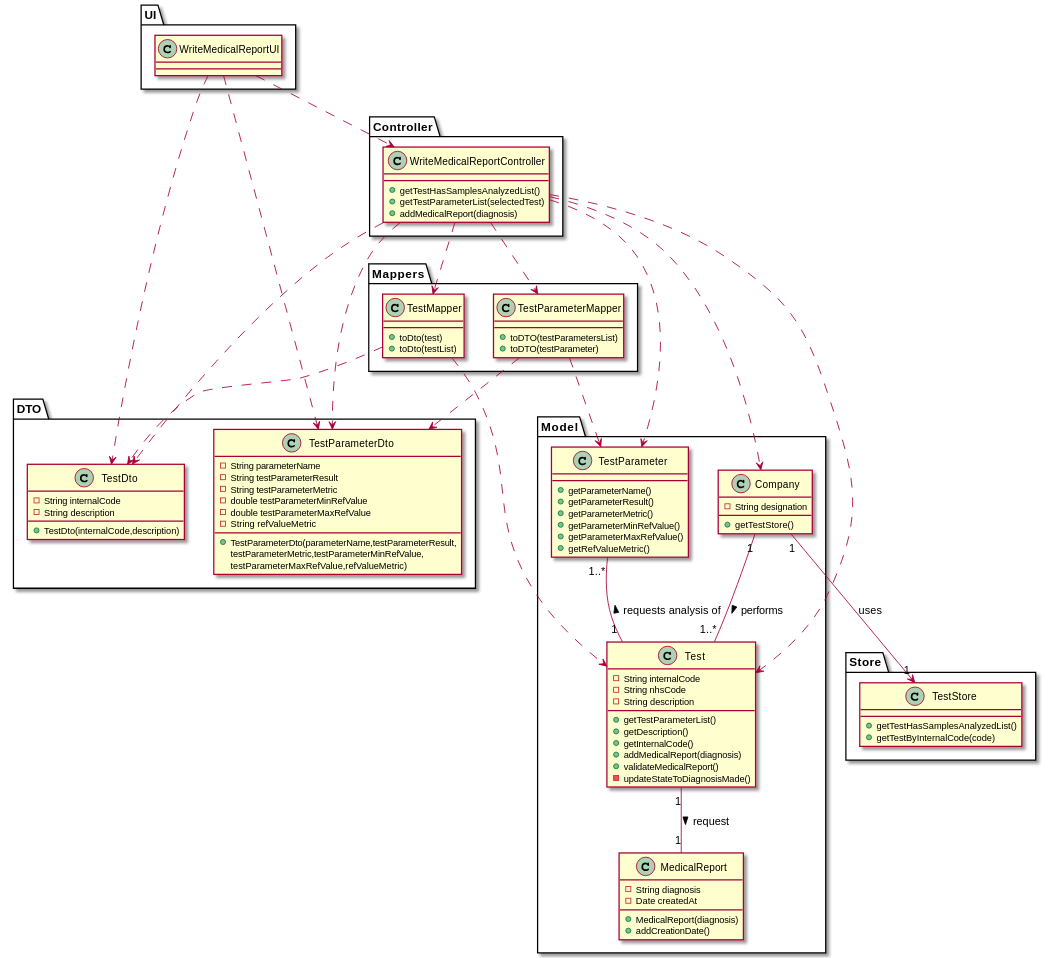
The PlantUML diagram docs/SprintC/US14/US14_CD.svg in manu-07-ela/LAPR2_ISEP, before a commit.
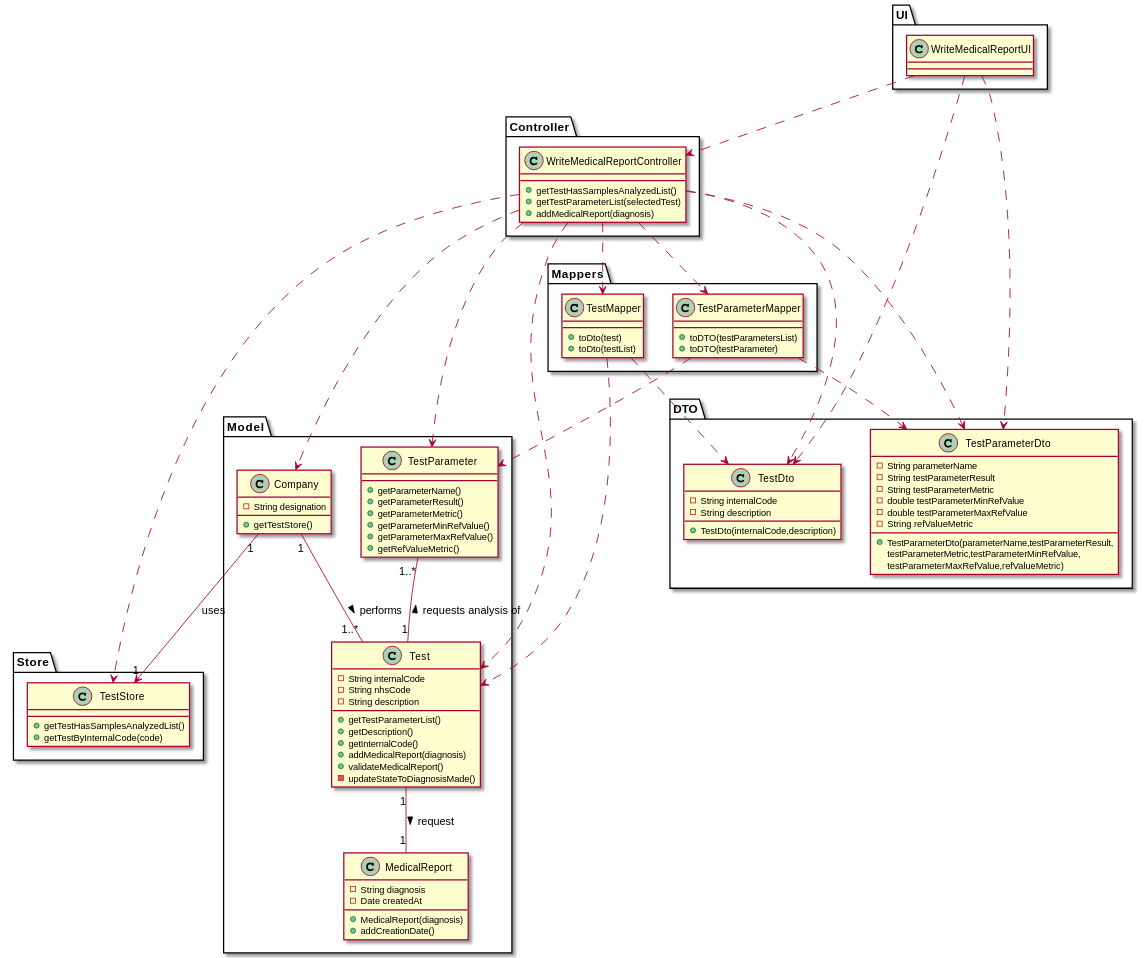
The same diagram one commit later.

Change to the diagram source:
```diff
@@ -90,6 +90,7 @@
 WriteMedicalReportUI ..> TestDto
 WriteMedicalReportUI ..> TestParameterDto
 WriteMedicalReportController ..> Company
+WriteMedicalReportController ..> TestStore
 WriteMedicalReportController ..> TestMapper
 WriteMedicalReportController ...> TestParameterDto
 WriteMedicalReportController ...> TestDto
```
